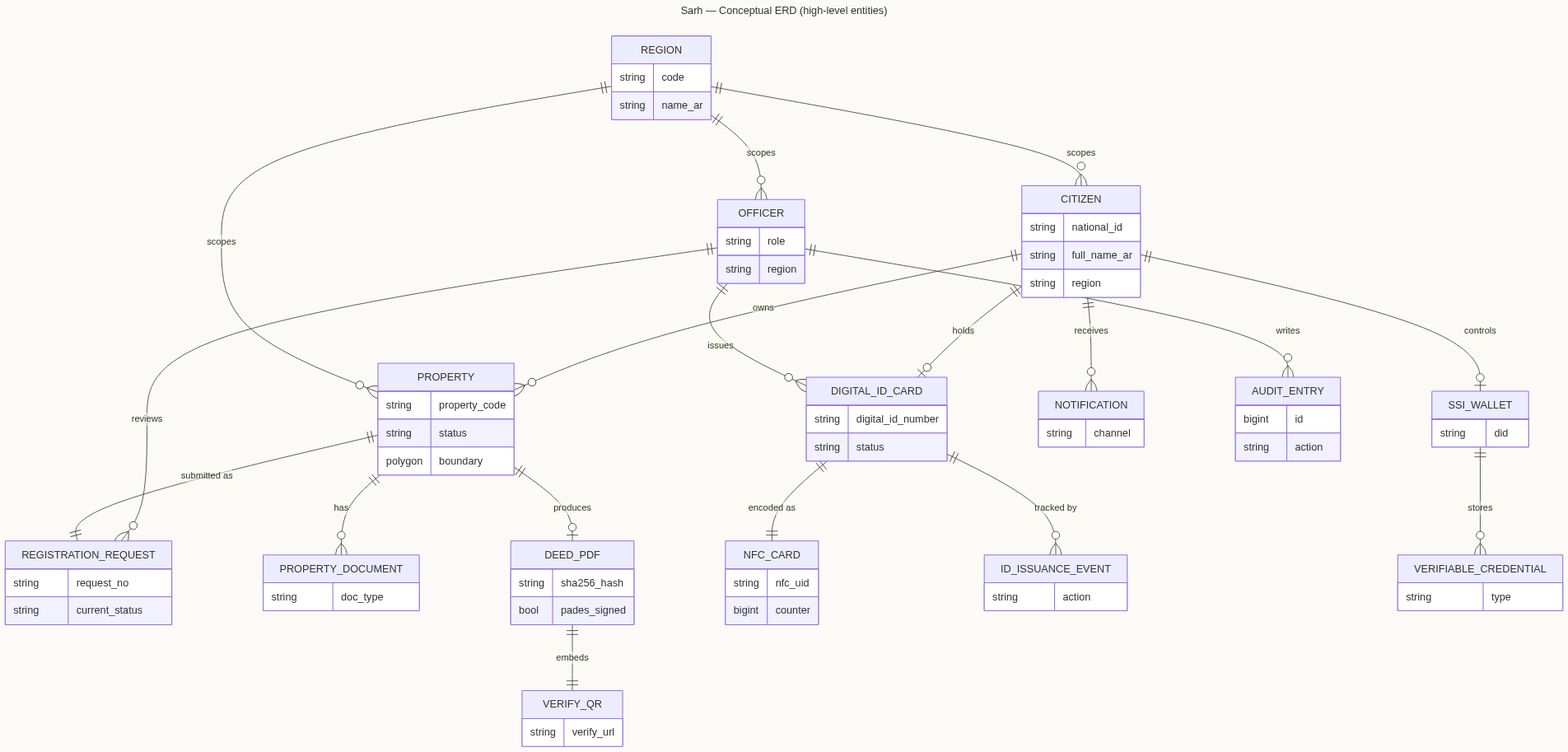
This is docs/diagrams/conceptual-erd.png from AliBelaid/Sarh, a Mermaid export, as it was before one commit. Its source is kept beside it as docs/diagrams/conceptual-erd.mmd. Its diagram source:
```mermaid
---
title: Sarh — Conceptual ERD (high-level entities)
---
erDiagram
    CITIZEN ||--o{ PROPERTY : "owns"
    CITIZEN ||--o| DIGITAL_ID_CARD : "holds"
    CITIZEN ||--o| SSI_WALLET : "controls"
    CITIZEN ||--o{ NOTIFICATION : "receives"
    OFFICER ||--o{ REGISTRATION_REQUEST : "reviews"
    OFFICER ||--o{ DIGITAL_ID_CARD : "issues"
    OFFICER ||--o{ AUDIT_ENTRY : "writes"
    PROPERTY ||--|| REGISTRATION_REQUEST : "submitted as"
    PROPERTY ||--o{ PROPERTY_DOCUMENT : "has"
    PROPERTY ||--o| DEED_PDF : "produces"
    DEED_PDF ||--|| VERIFY_QR : "embeds"
    DIGITAL_ID_CARD ||--|| NFC_CARD : "encoded as"
    DIGITAL_ID_CARD ||--o{ ID_ISSUANCE_EVENT : "tracked by"
    SSI_WALLET ||--o{ VERIFIABLE_CREDENTIAL : "stores"
    REGION ||--o{ CITIZEN : "scopes"
    REGION ||--o{ PROPERTY : "scopes"
    REGION ||--o{ OFFICER : "scopes"

    CITIZEN {
        string national_id
        string full_name_ar
        string region
    }
    OFFICER {
        string role
        string region
    }
    PROPERTY {
        string property_code
        string status
        polygon boundary
    }
    REGISTRATION_REQUEST {
        string request_no
        string current_status
    }
    DIGITAL_ID_CARD {
        string digital_id_number
        string status
    }
    NFC_CARD {
        string nfc_uid
        bigint counter
    }
    SSI_WALLET {
        string did
    }
    VERIFIABLE_CREDENTIAL {
        string type
    }
    DEED_PDF {
        string sha256_hash
        bool pades_signed
    }
    VERIFY_QR {
        string verify_url
    }
    REGION {
        string code
        string name_ar
    }
    PROPERTY_DOCUMENT {
        string doc_type
    }
    ID_ISSUANCE_EVENT {
        string action
    }
    NOTIFICATION {
        string channel
    }
    AUDIT_ENTRY {
        bigint id
        string action
    }
```
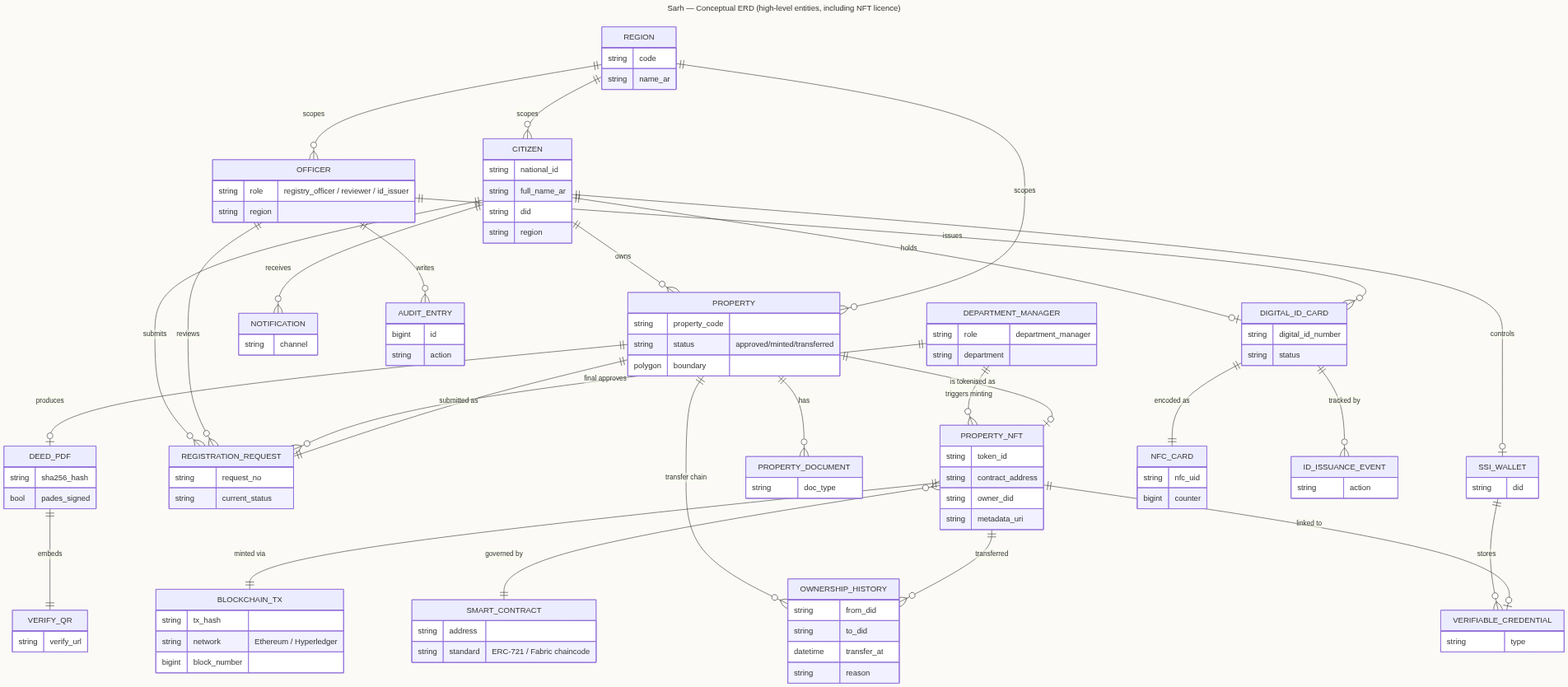
Above is the later version.

What changed in the source:
```diff
@@ -1,21 +1,36 @@
 ---
-title: Sarh — Conceptual ERD (high-level entities)
+title: Sarh — Conceptual ERD (high-level entities, including NFT licence)
 ---
 erDiagram
     CITIZEN ||--o{ PROPERTY : "owns"
     CITIZEN ||--o| DIGITAL_ID_CARD : "holds"
     CITIZEN ||--o| SSI_WALLET : "controls"
     CITIZEN ||--o{ NOTIFICATION : "receives"
+    CITIZEN ||--o{ REGISTRATION_REQUEST : "submits"
+
     OFFICER ||--o{ REGISTRATION_REQUEST : "reviews"
     OFFICER ||--o{ DIGITAL_ID_CARD : "issues"
     OFFICER ||--o{ AUDIT_ENTRY : "writes"
+
+    DEPARTMENT_MANAGER ||--o{ REGISTRATION_REQUEST : "final approves"
+    DEPARTMENT_MANAGER ||--o{ PROPERTY_NFT : "triggers minting"
+
     PROPERTY ||--|| REGISTRATION_REQUEST : "submitted as"
     PROPERTY ||--o{ PROPERTY_DOCUMENT : "has"
     PROPERTY ||--o| DEED_PDF : "produces"
+    PROPERTY ||--o| PROPERTY_NFT : "is tokenised as"
+    PROPERTY ||--o{ OWNERSHIP_HISTORY : "transfer chain"
+
+    PROPERTY_NFT ||--|| BLOCKCHAIN_TX : "minted via"
+    PROPERTY_NFT }o--|| SMART_CONTRACT : "governed by"
+    PROPERTY_NFT ||--o{ OWNERSHIP_HISTORY : "transferred"
+
     DEED_PDF ||--|| VERIFY_QR : "embeds"
     DIGITAL_ID_CARD ||--|| NFC_CARD : "encoded as"
     DIGITAL_ID_CARD ||--o{ ID_ISSUANCE_EVENT : "tracked by"
     SSI_WALLET ||--o{ VERIFIABLE_CREDENTIAL : "stores"
+    PROPERTY_NFT ||--o| VERIFIABLE_CREDENTIAL : "linked to"
+
     REGION ||--o{ CITIZEN : "scopes"
     REGION ||--o{ PROPERTY : "scopes"
     REGION ||--o{ OFFICER : "scopes"
@@ -23,20 +38,46 @@
     CITIZEN {
         string national_id
         string full_name_ar
+        string did
         string region
     }
     OFFICER {
-        string role
+        string role "registry_officer / reviewer / id_issuer"
         string region
+    }
+    DEPARTMENT_MANAGER {
+        string role "department_manager"
+        string department
     }
     PROPERTY {
         string property_code
-        string status
+        string status "approved/minted/transferred"
         polygon boundary
     }
     REGISTRATION_REQUEST {
         string request_no
         string current_status
+    }
+    PROPERTY_NFT {
+        string token_id
+        string contract_address
+        string owner_did
+        string metadata_uri
+    }
+    BLOCKCHAIN_TX {
+        string tx_hash
+        string network "Ethereum / Hyperledger"
+        bigint block_number
+    }
+    SMART_CONTRACT {
+        string address
+        string standard "ERC-721 / Fabric chaincode"
+    }
+    OWNERSHIP_HISTORY {
+        string from_did
+        string to_did
+        datetime transfer_at
+        string reason
     }
     DIGITAL_ID_CARD {
         string digital_id_number
```
